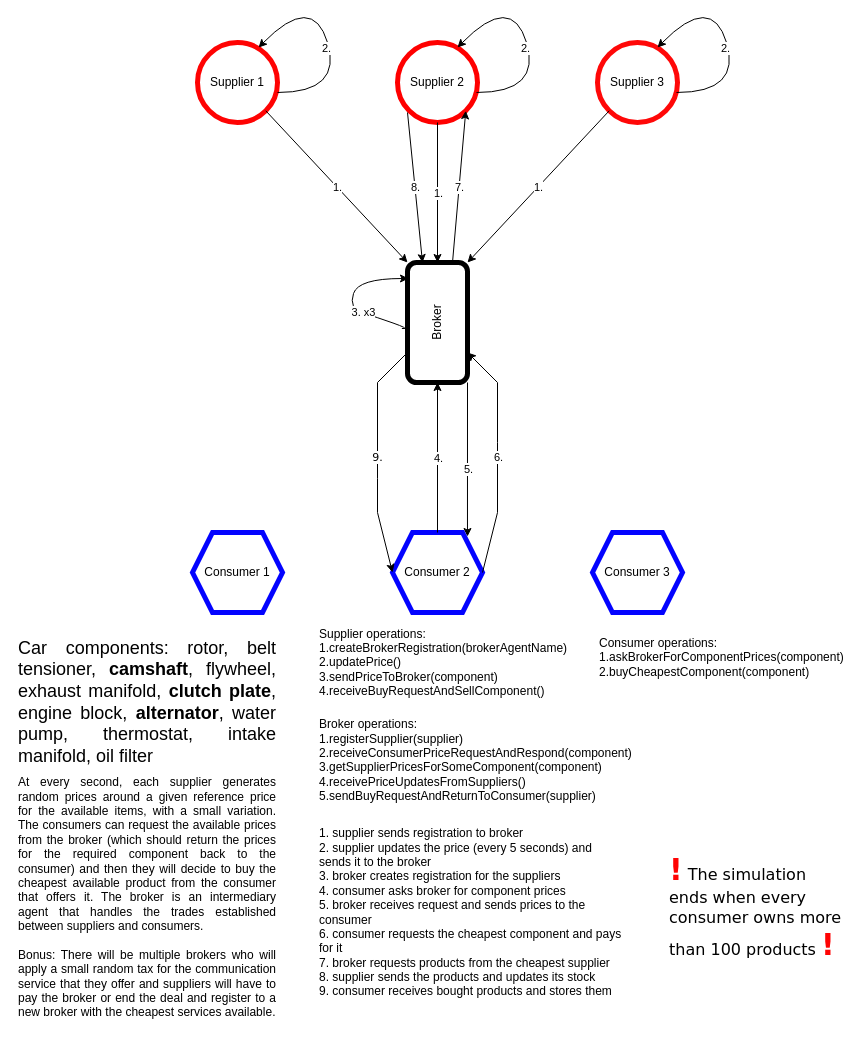
EndlessRecurrence/Ultraoriginal-Car-Components-Market-Simulation keeps this draw.io diagram as Diagrams/diagram.drawio. Above is the earlier version. Source tidied: cells renumbered, new cells numbered last; positions are measured from the earlier drawing's top-left corner, leaving out a move shared by most shapes. Both pictures are drawn from the tidied source at 100%, with x=0, y=0 at pixel (17, -8).
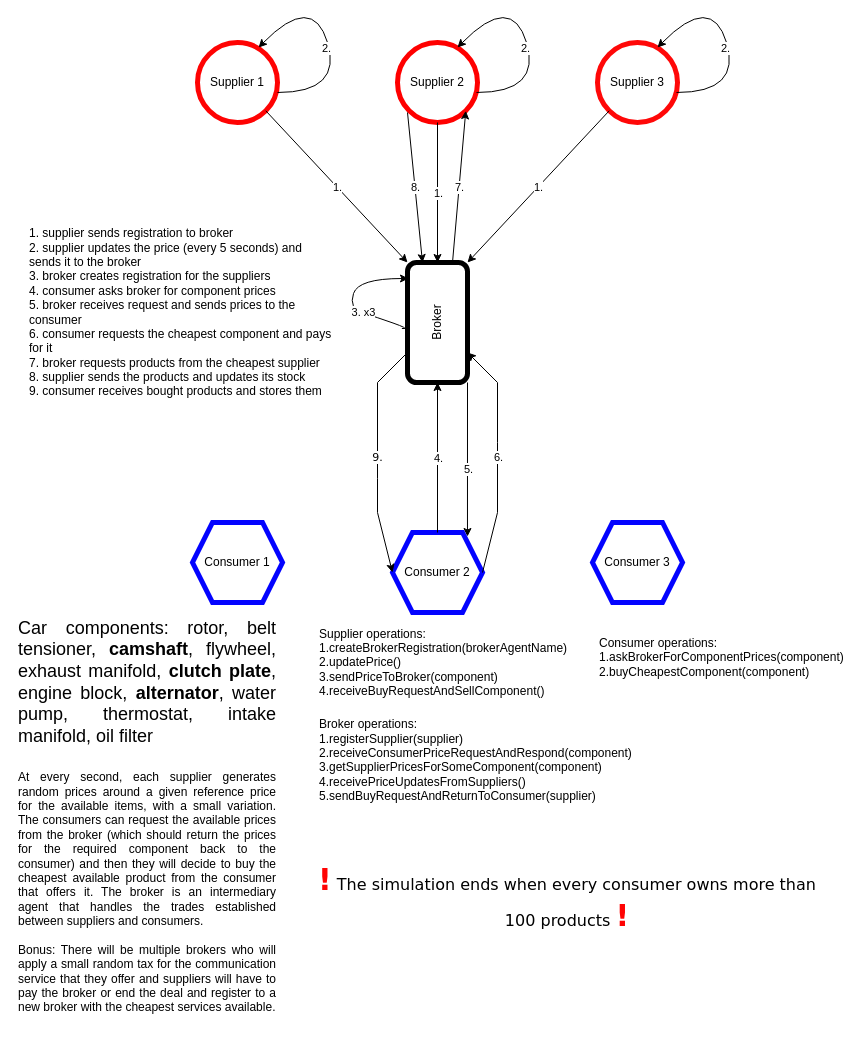
Above is the later version.

The edit, as a diff of the source:
```diff
@@
     <mxCell id="8" value="&lt;div&gt;Consumer 1&lt;br&gt;&lt;/div&gt;" style="shape=hexagon;perimeter=hexagonPerimeter2;whiteSpace=wrap;html=1;fixedSize=1;strokeColor=#0303FF;strokeWidth=5;" parent="1" vertex="1">
-      <mxGeometry x="175" y="540" width="90" height="80" as="geometry" />
+      <mxGeometry x="175" y="530" width="90" height="80" as="geometry" />
     </mxCell>
@@
     <mxCell id="10" value="&lt;div&gt;Consumer 3&lt;/div&gt;" style="shape=hexagon;perimeter=hexagonPerimeter2;whiteSpace=wrap;html=1;fixedSize=1;strokeColor=#0303FF;strokeWidth=5;" parent="1" vertex="1">
-      <mxGeometry x="575" y="540" width="90" height="80" as="geometry" />
+      <mxGeometry x="575" y="530" width="90" height="80" as="geometry" />
     </mxCell>
     <mxCell id="11" value="&lt;div style=&quot;font-size: 18px;&quot; align=&quot;justify&quot;&gt;Car components: rotor, belt tensioner, &lt;b&gt;camshaft&lt;/b&gt;, flywheel, exhaust manifold, &lt;b&gt;clutch plate&lt;/b&gt;, engine block, &lt;b&gt;alternator&lt;/b&gt;, water pump, thermostat, intake manifold, oil filter&lt;/div&gt;" style="text;strokeColor=none;align=center;fillColor=none;html=1;verticalAlign=middle;whiteSpace=wrap;rounded=0;fontSize=18;fontStyle=0;" parent="1" vertex="1">
-      <mxGeometry y="670" width="260" height="80" as="geometry" />
+      <mxGeometry y="650" width="260" height="80" as="geometry" />
     </mxCell>
     <mxCell id="12" value="&lt;div align=&quot;justify&quot;&gt;At every second, each supplier generates random prices around a given reference price for the available items, with a small variation. The consumers can request the available prices from the broker (which should return the prices for the required component back to the consumer) and then they will decide to buy the cheapest available product from the consumer that offers it. The broker is an intermediary agent that handles the trades established between suppliers and consumers.&lt;/div&gt;&lt;div align=&quot;justify&quot;&gt;&lt;br&gt;&lt;/div&gt;&lt;div align=&quot;justify&quot;&gt;Bonus: There will be multiple brokers who will apply a small random tax for the communication service that they offer and suppliers will have to pay the broker or end the deal and register to a new broker with the cheapest services available.&lt;br&gt;&lt;/div&gt;" style="text;strokeColor=none;align=center;fillColor=none;html=1;verticalAlign=middle;whiteSpace=wrap;rounded=0;" parent="1" vertex="1">
-      <mxGeometry y="780" width="260" height="250" as="geometry" />
+      <mxGeometry y="770" width="260" height="260" as="geometry" />
     </mxCell>
@@
     <mxCell id="22" value="&lt;div align=&quot;left&quot;&gt;1. supplier sends registration to broker&lt;br&gt;&lt;/div&gt;&lt;div&gt;2. supplier updates the price (every 5 seconds) and sends it to the broker&lt;br&gt;&lt;/div&gt;&lt;div&gt;3. broker creates registration for the suppliers&lt;br&gt;&lt;/div&gt;&lt;div&gt;4. consumer asks broker for component prices&lt;/div&gt;&lt;div&gt;5. broker receives request and sends prices to the consumer&lt;/div&gt;&lt;div&gt;6. consumer requests the cheapest component and pays for it&lt;br&gt;&lt;/div&gt;&lt;div&gt;7. broker requests products from the cheapest supplier&lt;br&gt;&lt;/div&gt;&lt;div&gt;8. supplier sends the products and updates its stock&lt;/div&gt;&lt;div&gt;9. consumer receives bought products and stores them&lt;br&gt;&lt;/div&gt;" style="text;strokeColor=none;align=left;fillColor=none;html=1;verticalAlign=middle;whiteSpace=wrap;rounded=0;" parent="1" vertex="1">
-      <mxGeometry x="300" y="860" width="310" height="120" as="geometry" />
+      <mxGeometry x="10" y="260" width="310" height="120" as="geometry" />
     </mxCell>
@@
-    <mxCell id="37" value="&lt;div align=&quot;left&quot;&gt;&lt;font style=&quot;font-size: 30px;&quot;&gt;&lt;font style=&quot;font-size: 30px;&quot;&gt;&lt;b&gt;&lt;font color=&quot;#FF0303&quot;&gt;!&lt;/font&gt;&lt;/b&gt;&lt;/font&gt;&lt;/font&gt; The simulation ends when every consumer owns more than 100 products &lt;font style=&quot;font-size: 30px;&quot;&gt;&lt;font style=&quot;font-size: 30px;&quot;&gt;&lt;b&gt;&lt;font color=&quot;#FF0303&quot;&gt;!&lt;/font&gt;&lt;/b&gt;&lt;/font&gt;&lt;/font&gt;&lt;/div&gt;" style="text;strokeColor=none;align=left;fillColor=none;html=1;verticalAlign=middle;whiteSpace=wrap;rounded=0;fontSize=16;fontFamily=Verdana;fontColor=default;" parent="1" vertex="1">
-      <mxGeometry x="650" y="870" width="180" height="90" as="geometry" />
+    <mxCell id="37" value="&lt;div align=&quot;center&quot;&gt;&lt;font style=&quot;font-size: 30px;&quot;&gt;&lt;font style=&quot;font-size: 30px;&quot;&gt;&lt;b&gt;&lt;font color=&quot;#FF0303&quot;&gt;!&lt;/font&gt;&lt;/b&gt;&lt;/font&gt;&lt;/font&gt; The simulation ends when every consumer owns more than 100 products &lt;font style=&quot;font-size: 30px;&quot;&gt;&lt;font style=&quot;font-size: 30px;&quot;&gt;&lt;b&gt;&lt;font color=&quot;#FF0303&quot;&gt;!&lt;/font&gt;&lt;/b&gt;&lt;/font&gt;&lt;/font&gt;&lt;/div&gt;" style="text;strokeColor=none;align=center;fillColor=none;html=1;verticalAlign=middle;whiteSpace=wrap;rounded=0;fontSize=16;fontFamily=Verdana;fontColor=default;" parent="1" vertex="1">
+      <mxGeometry x="300" y="860" width="500" height="90" as="geometry" />
     </mxCell>
```
